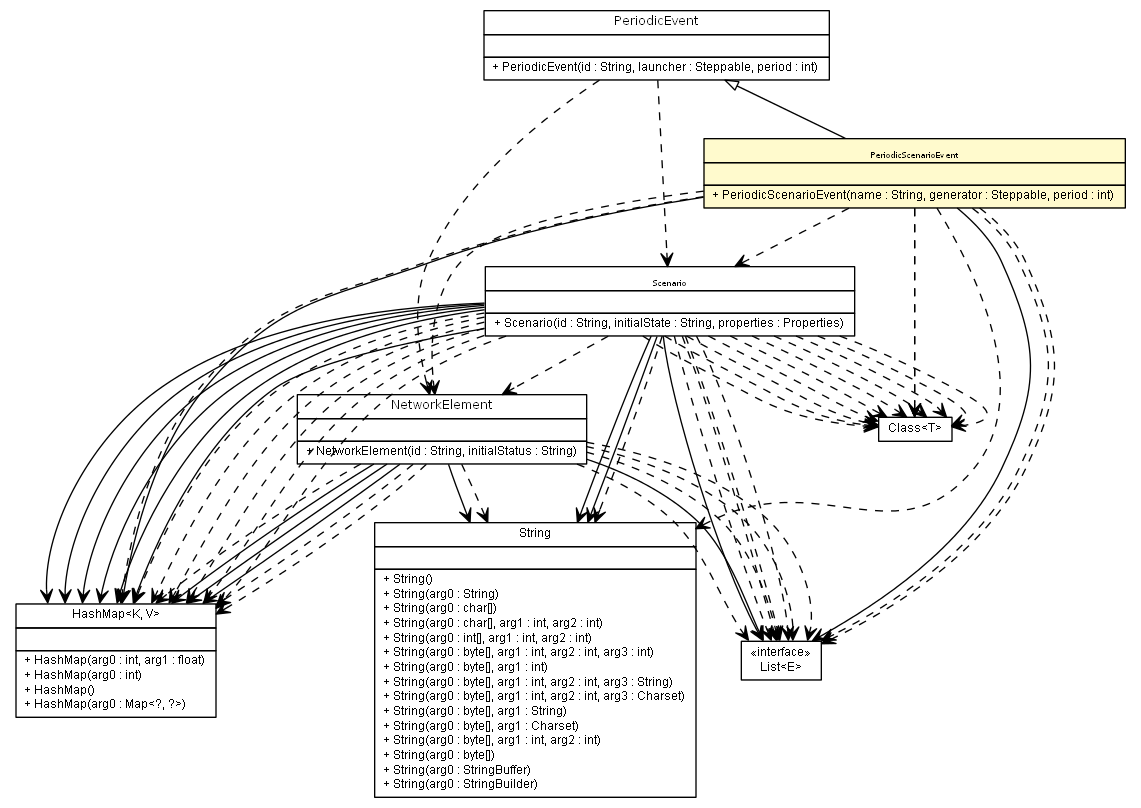
Earlier version of the Graphviz export apidocs/es/upm/dit/gsi/shanks/model/event/scenario/PeriodicScenarioEvent.png (gsi-upm/Shanks). Its source is kept beside it as apidocs/es/upm/dit/gsi/shanks/model/event/scenario/PeriodicScenarioEvent.dot.
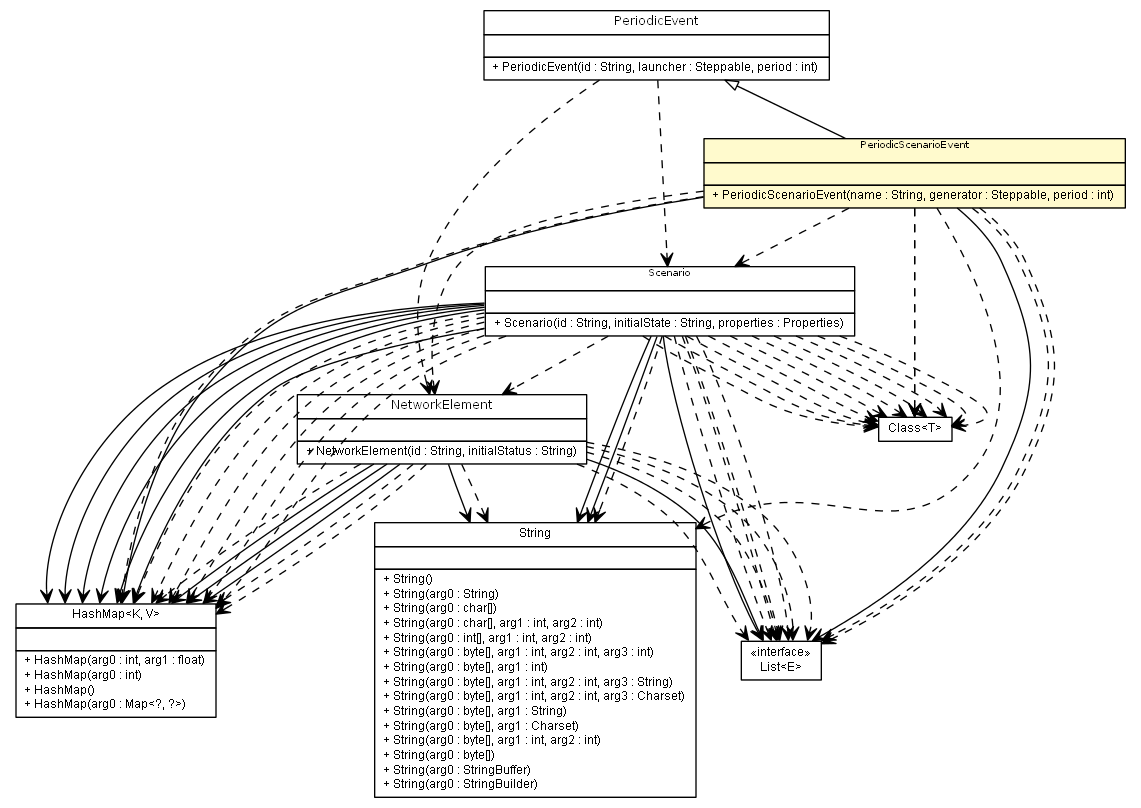
After the change.

What changed in the source:
```diff
@@ -66,45 +66,45 @@
 	c6286:p -> c6313:p [taillabel="", label="", headlabel="", fontname="arial", fontcolor="black", fontsize=10.0, color="black", arrowhead=open];
 	c6286:p -> c6313:p [taillabel="", label="", headlabel="", fontname="arial", fontcolor="black", fontsize=10.0, color="black", arrowhead=open];
 	c6269:p -> c6314:p [taillabel="", label="", headlabel="", fontname="arial", fontcolor="black", fontsize=10.0, color="black", arrowhead=open, style=dashed];
+	c6269:p -> c6313:p [taillabel="", label="", headlabel="", fontname="arial", fontcolor="black", fontsize=10.0, color="black", arrowhead=open, style=dashed];
 	c6269:p -> c6314:p [taillabel="", label="", headlabel="", fontname="arial", fontcolor="black", fontsize=10.0, color="black", arrowhead=open, style=dashed];
+	c6269:p -> c6312:p [taillabel="", label="", headlabel="", fontname="arial", fontcolor="black", fontsize=10.0, color="black", arrowhead=open, style=dashed];
 	c6269:p -> c6313:p [taillabel="", label="", headlabel="", fontname="arial", fontcolor="black", fontsize=10.0, color="black", arrowhead=open, style=dashed];
 	c6269:p -> c6313:p [taillabel="", label="", headlabel="", fontname="arial", fontcolor="black", fontsize=10.0, color="black", arrowhead=open, style=dashed];
-	c6269:p -> c6313:p [taillabel="", label="", headlabel="", fontname="arial", fontcolor="black", fontsize=10.0, color="black", arrowhead=open, style=dashed];
-	c6269:p -> c6312:p [taillabel="", label="", headlabel="", fontname="arial", fontcolor="black", fontsize=10.0, color="black", arrowhead=open, style=dashed];
 	c6269:p -> c6314:p [taillabel="", label="", headlabel="", fontname="arial", fontcolor="black", fontsize=10.0, color="black", arrowhead=open, style=dashed];
 	c6269:p -> c6314:p [taillabel="", label="", headlabel="", fontname="arial", fontcolor="black", fontsize=10.0, color="black", arrowhead=open, style=dashed];
+	c6272:p -> c6269:p [taillabel="", label="", headlabel="", fontname="arial", fontcolor="black", fontsize=10.0, color="black", arrowhead=open, style=dashed];
 	c6272:p -> c6286:p [taillabel="", label="", headlabel="", fontname="arial", fontcolor="black", fontsize=10.0, color="black", arrowhead=open, style=dashed];
-	c6272:p -> c6269:p [taillabel="", label="", headlabel="", fontname="arial", fontcolor="black", fontsize=10.0, color="black", arrowhead=open, style=dashed];
 	c6285:p -> c6315:p [taillabel="", label="", headlabel="", fontname="arial", fontcolor="black", fontsize=10.0, color="black", arrowhead=open, style=dashed];
+	c6285:p -> c6269:p [taillabel="", label="", headlabel="", fontname="arial", fontcolor="black", fontsize=10.0, color="black", arrowhead=open, style=dashed];
+	c6285:p -> c6314:p [taillabel="", label="", headlabel="", fontname="arial", fontcolor="black", fontsize=10.0, color="black", arrowhead=open, style=dashed];
 	c6285:p -> c6315:p [taillabel="", label="", headlabel="", fontname="arial", fontcolor="black", fontsize=10.0, color="black", arrowhead=open, style=dashed];
 	c6285:p -> c6312:p [taillabel="", label="", headlabel="", fontname="arial", fontcolor="black", fontsize=10.0, color="black", arrowhead=open, style=dashed];
+	c6285:p -> c6286:p [taillabel="", label="", headlabel="", fontname="arial", fontcolor="black", fontsize=10.0, color="black", arrowhead=open, style=dashed];
 	c6285:p -> c6313:p [taillabel="", label="", headlabel="", fontname="arial", fontcolor="black", fontsize=10.0, color="black", arrowhead=open, style=dashed];
 	c6285:p -> c6314:p [taillabel="", label="", headlabel="", fontname="arial", fontcolor="black", fontsize=10.0, color="black", arrowhead=open, style=dashed];
-	c6285:p -> c6286:p [taillabel="", label="", headlabel="", fontname="arial", fontcolor="black", fontsize=10.0, color="black", arrowhead=open, style=dashed];
-	c6285:p -> c6314:p [taillabel="", label="", headlabel="", fontname="arial", fontcolor="black", fontsize=10.0, color="black", arrowhead=open, style=dashed];
-	c6285:p -> c6269:p [taillabel="", label="", headlabel="", fontname="arial", fontcolor="black", fontsize=10.0, color="black", arrowhead=open, style=dashed];
+	c6286:p -> c6315:p [taillabel="", label="", headlabel="", fontname="arial", fontcolor="black", fontsize=10.0, color="black", arrowhead=open, style=dashed];
+	c6286:p -> c6315:p [taillabel="", label="", headlabel="", fontname="arial", fontcolor="black", fontsize=10.0, color="black", arrowhead=open, style=dashed];
+	c6286:p -> c6314:p [taillabel="", label="", headlabel="", fontname="arial", fontcolor="black", fontsize=10.0, color="black", arrowhead=open, style=dashed];
+	c6286:p -> c6315:p [taillabel="", label="", headlabel="", fontname="arial", fontcolor="black", fontsize=10.0, color="black", arrowhead=open, style=dashed];
+	c6286:p -> c6315:p [taillabel="", label="", headlabel="", fontname="arial", fontcolor="black", fontsize=10.0, color="black", arrowhead=open, style=dashed];
+	c6286:p -> c6313:p [taillabel="", label="", headlabel="", fontname="arial", fontcolor="black", fontsize=10.0, color="black", arrowhead=open, style=dashed];
+	c6286:p -> c6269:p [taillabel="", label="", headlabel="", fontname="arial", fontcolor="black", fontsize=10.0, color="black", arrowhead=open, style=dashed];
+	c6286:p -> c6313:p [taillabel="", label="", headlabel="", fontname="arial", fontcolor="black", fontsize=10.0, color="black", arrowhead=open, style=dashed];
+	c6286:p -> c6312:p [taillabel="", label="", headlabel="", fontname="arial", fontcolor="black", fontsize=10.0, color="black", arrowhead=open, style=dashed];
+	c6286:p -> c6315:p [taillabel="", label="", headlabel="", fontname="arial", fontcolor="black", fontsize=10.0, color="black", arrowhead=open, style=dashed];
+	c6286:p -> c6315:p [taillabel="", label="", headlabel="", fontname="arial", fontcolor="black", fontsize=10.0, color="black", arrowhead=open, style=dashed];
+	c6286:p -> c6313:p [taillabel="", label="", headlabel="", fontname="arial", fontcolor="black", fontsize=10.0, color="black", arrowhead=open, style=dashed];
 	c6286:p -> c6313:p [taillabel="", label="", headlabel="", fontname="arial", fontcolor="black", fontsize=10.0, color="black", arrowhead=open, style=dashed];
 	c6286:p -> c6314:p [taillabel="", label="", headlabel="", fontname="arial", fontcolor="black", fontsize=10.0, color="black", arrowhead=open, style=dashed];
 	c6286:p -> c6315:p [taillabel="", label="", headlabel="", fontname="arial", fontcolor="black", fontsize=10.0, color="black", arrowhead=open, style=dashed];
 	c6286:p -> c6315:p [taillabel="", label="", headlabel="", fontname="arial", fontcolor="black", fontsize=10.0, color="black", arrowhead=open, style=dashed];
 	c6286:p -> c6313:p [taillabel="", label="", headlabel="", fontname="arial", fontcolor="black", fontsize=10.0, color="black", arrowhead=open, style=dashed];
 	c6286:p -> c6314:p [taillabel="", label="", headlabel="", fontname="arial", fontcolor="black", fontsize=10.0, color="black", arrowhead=open, style=dashed];
-	c6286:p -> c6313:p [taillabel="", label="", headlabel="", fontname="arial", fontcolor="black", fontsize=10.0, color="black", arrowhead=open, style=dashed];
-	c6286:p -> c6315:p [taillabel="", label="", headlabel="", fontname="arial", fontcolor="black", fontsize=10.0, color="black", arrowhead=open, style=dashed];
-	c6286:p -> c6313:p [taillabel="", label="", headlabel="", fontname="arial", fontcolor="black", fontsize=10.0, color="black", arrowhead=open, style=dashed];
-	c6286:p -> c6315:p [taillabel="", label="", headlabel="", fontname="arial", fontcolor="black", fontsize=10.0, color="black", arrowhead=open, style=dashed];
-	c6286:p -> c6313:p [taillabel="", label="", headlabel="", fontname="arial", fontcolor="black", fontsize=10.0, color="black", arrowhead=open, style=dashed];
-	c6286:p -> c6315:p [taillabel="", label="", headlabel="", fontname="arial", fontcolor="black", fontsize=10.0, color="black", arrowhead=open, style=dashed];
-	c6286:p -> c6313:p [taillabel="", label="", headlabel="", fontname="arial", fontcolor="black", fontsize=10.0, color="black", arrowhead=open, style=dashed];
 	c6286:p -> c6315:p [taillabel="", label="", headlabel="", fontname="arial", fontcolor="black", fontsize=10.0, color="black", arrowhead=open, style=dashed];
 	c6286:p -> c6315:p [taillabel="", label="", headlabel="", fontname="arial", fontcolor="black", fontsize=10.0, color="black", arrowhead=open, style=dashed];
 	c6286:p -> c6314:p [taillabel="", label="", headlabel="", fontname="arial", fontcolor="black", fontsize=10.0, color="black", arrowhead=open, style=dashed];
-	c6286:p -> c6315:p [taillabel="", label="", headlabel="", fontname="arial", fontcolor="black", fontsize=10.0, color="black", arrowhead=open, style=dashed];
-	c6286:p -> c6312:p [taillabel="", label="", headlabel="", fontname="arial", fontcolor="black", fontsize=10.0, color="black", arrowhead=open, style=dashed];
-	c6286:p -> c6315:p [taillabel="", label="", headlabel="", fontname="arial", fontcolor="black", fontsize=10.0, color="black", arrowhead=open, style=dashed];
-	c6286:p -> c6314:p [taillabel="", label="", headlabel="", fontname="arial", fontcolor="black", fontsize=10.0, color="black", arrowhead=open, style=dashed];
-	c6286:p -> c6269:p [taillabel="", label="", headlabel="", fontname="arial", fontcolor="black", fontsize=10.0, color="black", arrowhead=open, style=dashed];
-	c6286:p -> c6315:p [taillabel="", label="", headlabel="", fontname="arial", fontcolor="black", fontsize=10.0, color="black", arrowhead=open, style=dashed];
+	c6286:p -> c6313:p [taillabel="", label="", headlabel="", fontname="arial", fontcolor="black", fontsize=10.0, color="black", arrowhead=open, style=dashed];
 	c6315 [label=<<table title="java.lang.Class" border="0" cellborder="1" cellspacing="0" cellpadding="2" port="p" href="http://java.sun.com/j2se/1.4.2/docs/api/java/lang/Class.html">
 		<tr><td><table border="0" cellspacing="0" cellpadding="1">
 <tr><td align="center" balign="center"> Class&lt;T&gt; </td></tr>
```
